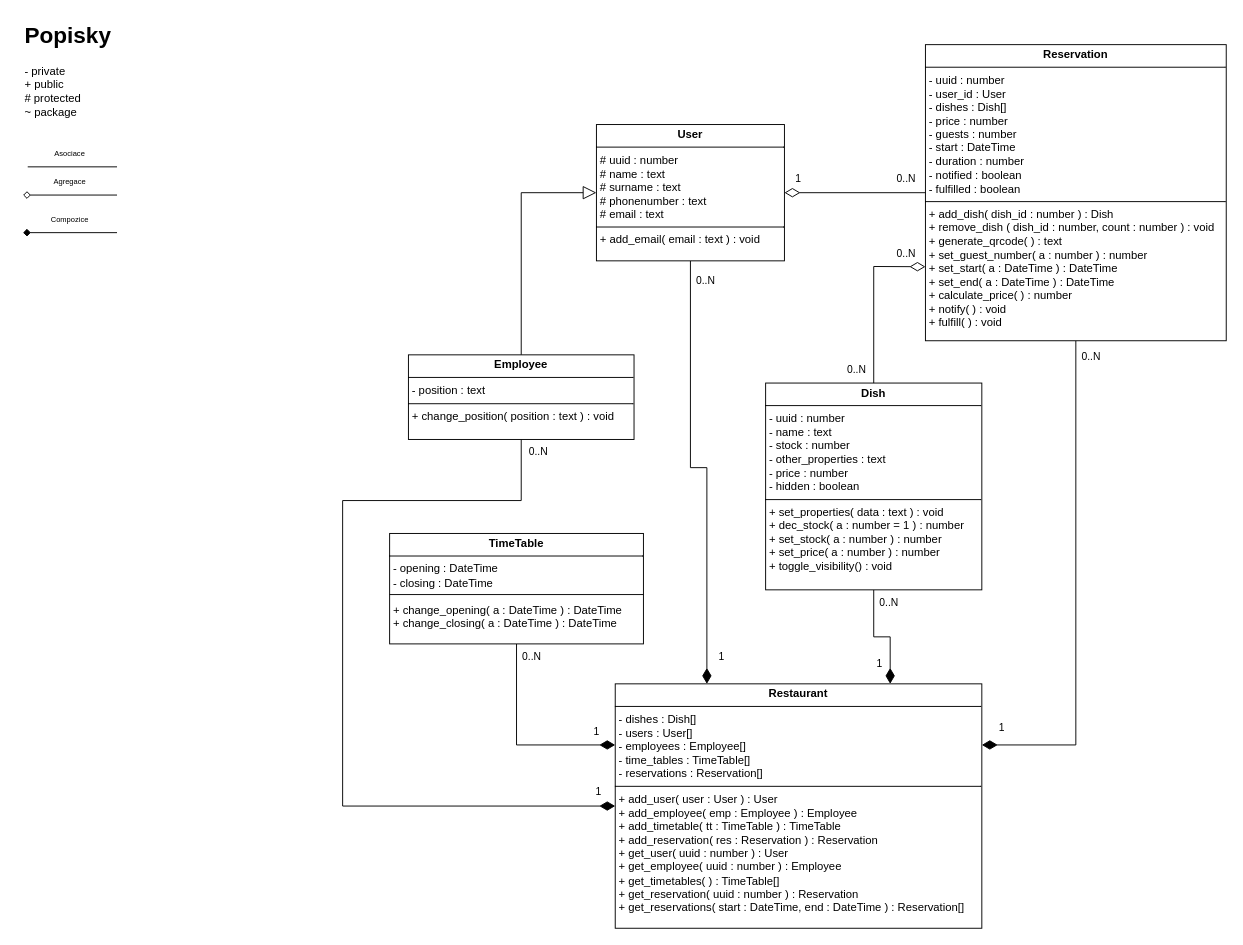
Above: page "Třídové diagramy" (2 of 2) of Diagram.drawio in LPbigFish/SWI-Projekt (draw.io), before the change. Source tidied: cells renumbered, new cells numbered last; positions are measured from the earlier drawing's top-left corner, leaving out a move shared by most shapes. Both pictures are drawn from the tidied source at 94%, with x=0, y=0 at pixel (23, 16).
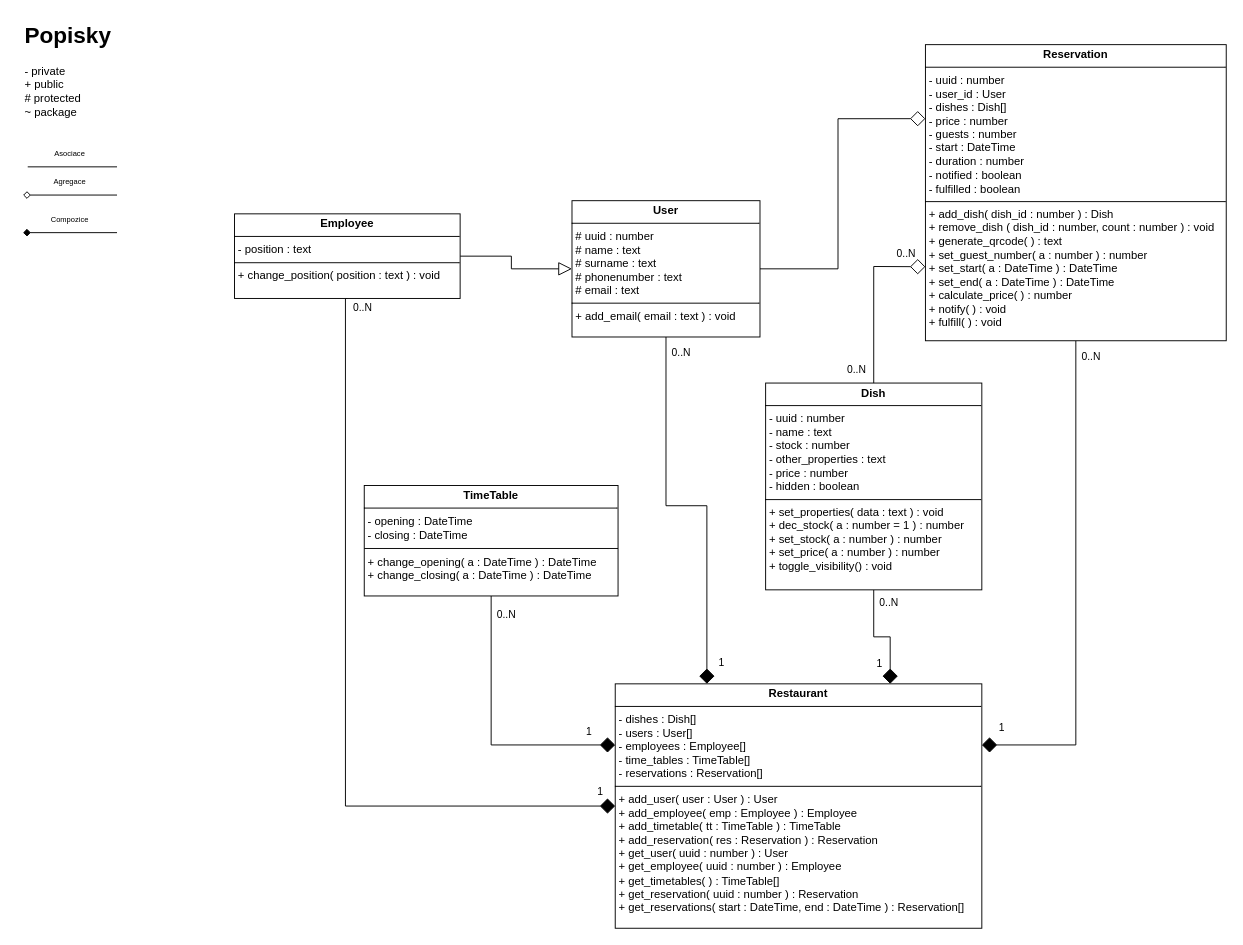
The same page after the edit.

Unchanged cells that the change refers to:
```xml
<mxCell id="18" value="&lt;p style=&quot;margin:0px;margin-top:4px;text-align:center;&quot;&gt;&lt;b&gt;Dish&lt;/b&gt;&lt;/p&gt;&lt;hr size=&quot;1&quot; style=&quot;border-style:solid;&quot;&gt;&lt;p style=&quot;margin:0px;margin-left:4px;&quot;&gt;- uuid : number&lt;/p&gt;&lt;p style=&quot;margin:0px;margin-left:4px;&quot;&gt;- name : text&lt;/p&gt;&lt;p style=&quot;margin:0px;margin-left:4px;&quot;&gt;- stock : number&lt;/p&gt;&lt;p style=&quot;margin:0px;margin-left:4px;&quot;&gt;- other_properties : text&lt;/p&gt;&lt;p style=&quot;margin:0px;margin-left:4px;&quot;&gt;- price : number&lt;/p&gt;&lt;p style=&quot;margin:0px;margin-left:4px;&quot;&gt;- hidden : boolean&lt;/p&gt;&lt;hr size=&quot;1&quot; style=&quot;border-style:solid;&quot;&gt;&lt;p style=&quot;margin:0px;margin-left:4px;&quot;&gt;+ set_properties( data : text ) : void&lt;/p&gt;&lt;p style=&quot;margin:0px;margin-left:4px;&quot;&gt;+ dec_stock( a : number = 1 ) : number&lt;/p&gt;&lt;p style=&quot;margin:0px;margin-left:4px;&quot;&gt;+ set_stock( a : number ) : number&lt;/p&gt;&lt;p style=&quot;margin:0px;margin-left:4px;&quot;&gt;+ set_price( a : number ) : number&lt;/p&gt;&lt;p style=&quot;margin:0px;margin-left:4px;&quot;&gt;+ toggle_visibility() : void&lt;/p&gt;" style="verticalAlign=top;align=left;overflow=fill;html=1;whiteSpace=wrap;" parent="1" vertex="1">
  <mxGeometry x="790" y="390" width="230" height="220" as="geometry" />
</mxCell>
<mxCell id="22" value="&lt;p style=&quot;margin:0px;margin-top:4px;text-align:center;&quot;&gt;&lt;b&gt;Reservation&lt;/b&gt;&lt;/p&gt;&lt;hr size=&quot;1&quot; style=&quot;border-style:solid;&quot;&gt;&lt;p style=&quot;margin:0px;margin-left:4px;&quot;&gt;- uuid : number&lt;/p&gt;&lt;p style=&quot;margin:0px;margin-left:4px;&quot;&gt;- user_id : User&lt;/p&gt;&lt;p style=&quot;margin:0px;margin-left:4px;&quot;&gt;- dishes : Dish[]&lt;/p&gt;&lt;p style=&quot;margin:0px;margin-left:4px;&quot;&gt;- price : number&lt;/p&gt;&lt;p style=&quot;margin:0px;margin-left:4px;&quot;&gt;- guests : number&lt;/p&gt;&lt;p style=&quot;margin:0px;margin-left:4px;&quot;&gt;- start : DateTime&lt;/p&gt;&lt;p style=&quot;margin:0px;margin-left:4px;&quot;&gt;- duration : number&lt;/p&gt;&lt;p style=&quot;margin:0px;margin-left:4px;&quot;&gt;- notified : boolean&lt;/p&gt;&lt;p style=&quot;margin:0px;margin-left:4px;&quot;&gt;- fulfilled : boolean&lt;/p&gt;&lt;hr size=&quot;1&quot; style=&quot;border-style:solid;&quot;&gt;&lt;p style=&quot;margin:0px;margin-left:4px;&quot;&gt;+ add_dish( dish_id : number ) : Dish&lt;/p&gt;&lt;p style=&quot;margin:0px;margin-left:4px;&quot;&gt;+ remove_dish ( dish_id : number, count : number ) : void&lt;/p&gt;&lt;p style=&quot;margin:0px;margin-left:4px;&quot;&gt;+ generate_qrcode( ) : text&lt;/p&gt;&lt;p style=&quot;margin:0px;margin-left:4px;&quot;&gt;+ set_guest_number( a : number ) : number&lt;/p&gt;&lt;p style=&quot;margin:0px;margin-left:4px;&quot;&gt;+ set_start( a : DateTime ) : DateTime&lt;/p&gt;&lt;p style=&quot;margin:0px;margin-left:4px;&quot;&gt;+ set_end( a : DateTime ) : DateTime&lt;/p&gt;&lt;p style=&quot;margin:0px;margin-left:4px;&quot;&gt;+ calculate_price( ) : number&lt;/p&gt;&lt;p style=&quot;margin:0px;margin-left:4px;&quot;&gt;+ notify( ) : void&lt;/p&gt;&lt;p style=&quot;margin:0px;margin-left:4px;&quot;&gt;+ fulfill( ) : void&lt;/p&gt;" style="verticalAlign=top;align=left;overflow=fill;html=1;whiteSpace=wrap;" parent="1" vertex="1">
  <mxGeometry x="960" y="30" width="320" height="315" as="geometry" />
</mxCell>
<mxCell id="33" value="&lt;p style=&quot;margin:0px;margin-top:4px;text-align:center;&quot;&gt;&lt;b&gt;Restaurant&lt;/b&gt;&lt;/p&gt;&lt;hr size=&quot;1&quot; style=&quot;border-style:solid;&quot;&gt;&lt;p style=&quot;margin:0px;margin-left:4px;&quot;&gt;- dishes : Dish[]&lt;/p&gt;&lt;p style=&quot;margin:0px;margin-left:4px;&quot;&gt;- users : User[]&lt;/p&gt;&lt;p style=&quot;margin:0px;margin-left:4px;&quot;&gt;- employees : Employee[]&lt;/p&gt;&lt;p style=&quot;margin:0px;margin-left:4px;&quot;&gt;- time_tables : TimeTable[]&lt;/p&gt;&lt;p style=&quot;margin:0px;margin-left:4px;&quot;&gt;- reservations : Reservation[]&lt;/p&gt;&lt;hr size=&quot;1&quot; style=&quot;border-style:solid;&quot;&gt;&lt;p style=&quot;margin:0px;margin-left:4px;&quot;&gt;+ add_user( user : User ) : User&lt;/p&gt;&lt;p style=&quot;margin:0px;margin-left:4px;&quot;&gt;+ add_employee( emp : Employee ) : Employee&lt;/p&gt;&lt;p style=&quot;margin:0px;margin-left:4px;&quot;&gt;+ add_timetable( tt : TimeTable ) : TimeTable&lt;/p&gt;&lt;p style=&quot;margin:0px;margin-left:4px;&quot;&gt;+ add_reservation( res : Reservation ) : Reservation&lt;/p&gt;&lt;p style=&quot;margin:0px;margin-left:4px;&quot;&gt;+ get_user( uuid : number ) : User&lt;/p&gt;&lt;p style=&quot;margin:0px;margin-left:4px;&quot;&gt;+ get_employee( uuid : number ) : Employee&lt;/p&gt;&lt;p style=&quot;margin:0px;margin-left:4px;&quot;&gt;+ get_timetables( ) : TimeTable[]&lt;/p&gt;&lt;p style=&quot;margin:0px;margin-left:4px;&quot;&gt;+ get_reservation( uuid : number ) : Reservation&lt;/p&gt;&lt;p style=&quot;margin:0px;margin-left:4px;&quot;&gt;+ get_reservations( start : DateTime, end : DateTime ) : Reservation[]&lt;/p&gt;" style="verticalAlign=top;align=left;overflow=fill;html=1;whiteSpace=wrap;" parent="1" vertex="1">
  <mxGeometry x="630" y="710" width="390" height="260" as="geometry" />
</mxCell>
```

What changed in the source:
```diff
@@
-    <mxCell id="9" style="edgeStyle=orthogonalEdgeStyle;rounded=0;jettySize=auto;html=1;exitX=0.5;exitY=0;exitDx=0;exitDy=0;entryX=0;entryY=0.5;entryDx=0;entryDy=0;endArrow=block;endFill=0;endSize=12;" parent="1" edge="1" source="13" target="26">
+    <mxCell id="9" style="edgeStyle=orthogonalEdgeStyle;rounded=0;jettySize=auto;html=1;exitX=1;exitY=0.5;exitDx=0;exitDy=0;entryX=0;entryY=0.5;entryDx=0;entryDy=0;endArrow=block;endFill=0;endSize=12;" parent="1" edge="1" source="13" target="26">
       <mxGeometry relative="1" as="geometry" />
     </mxCell>
-    <mxCell id="10" style="edgeStyle=orthogonalEdgeStyle;rounded=0;jettySize=auto;html=1;entryX=0;entryY=0.5;entryDx=0;entryDy=0;exitX=0.5;exitY=1;exitDx=0;exitDy=0;endSize=14;endArrow=diamondThin;endFill=1;" parent="1" edge="1" source="13" target="33">
+    <mxCell id="10" style="edgeStyle=orthogonalEdgeStyle;rounded=0;jettySize=auto;html=1;entryX=0;entryY=0.5;entryDx=0;entryDy=0;exitX=0.5;exitY=1;exitDx=0;exitDy=0;endSize=14;endArrow=diamond;endFill=1;" parent="1" edge="1" source="13" target="33">
       <mxGeometry relative="1" as="geometry">
         <Array as="points">
-          <mxPoint x="530" y="515" />
-          <mxPoint x="340" y="515" />
-          <mxPoint x="340" y="840" />
+          <mxPoint x="343" y="300" />
+          <mxPoint x="343" y="840" />
         </Array>
       </mxGeometry>
     </mxCell>
@@
     <mxCell id="13" value="&lt;p style=&quot;margin:0px;margin-top:4px;text-align:center;&quot;&gt;&lt;b&gt;Employee&lt;/b&gt;&lt;/p&gt;&lt;hr size=&quot;1&quot; style=&quot;border-style:solid;&quot;&gt;&lt;p style=&quot;margin:0px;margin-left:4px;&quot;&gt;- position : text&lt;/p&gt;&lt;hr size=&quot;1&quot; style=&quot;border-style:solid;&quot;&gt;&lt;p style=&quot;margin:0px;margin-left:4px;&quot;&gt;+ change_position( position : text ) : void&lt;/p&gt;" style="verticalAlign=top;align=left;overflow=fill;html=1;whiteSpace=wrap;" parent="1" vertex="1">
-      <mxGeometry x="410" y="360" width="240" height="90" as="geometry" />
+      <mxGeometry x="225" y="210" width="240" height="90" as="geometry" />
     </mxCell>
-    <mxCell id="14" style="edgeStyle=orthogonalEdgeStyle;rounded=0;jettySize=auto;html=1;exitX=0.5;exitY=1;exitDx=0;exitDy=0;entryX=0.75;entryY=0;entryDx=0;entryDy=0;endSize=14;endArrow=diamondThin;endFill=1;" parent="1" edge="1" source="18" target="33">
+    <mxCell id="14" style="edgeStyle=orthogonalEdgeStyle;rounded=0;jettySize=auto;html=1;exitX=0.5;exitY=1;exitDx=0;exitDy=0;entryX=0.75;entryY=0;entryDx=0;entryDy=0;endSize=14;endArrow=diamond;endFill=1;" parent="1" edge="1" source="18" target="33">
       <mxGeometry relative="1" as="geometry">
         <Array as="points">
           <mxPoint x="905" y="660" />
           <mxPoint x="923" y="660" />
         </Array>
       </mxGeometry>
     </mxCell>
@@
-    <mxCell id="19" style="edgeStyle=orthogonalEdgeStyle;rounded=0;jettySize=auto;html=1;exitX=0.5;exitY=1;exitDx=0;exitDy=0;entryX=1;entryY=0.25;entryDx=0;entryDy=0;endSize=14;endArrow=diamondThin;endFill=1;" parent="1" edge="1" source="22" target="33">
+    <mxCell id="19" style="edgeStyle=orthogonalEdgeStyle;rounded=0;jettySize=auto;html=1;exitX=0.5;exitY=1;exitDx=0;exitDy=0;entryX=1;entryY=0.25;entryDx=0;entryDy=0;endSize=14;endArrow=diamond;endFill=1;" parent="1" edge="1" source="22" target="33">
       <mxGeometry relative="1" as="geometry" />
     </mxCell>
@@
-    <mxCell id="23" style="edgeStyle=orthogonalEdgeStyle;rounded=0;jettySize=auto;html=1;exitX=0.5;exitY=1;exitDx=0;exitDy=0;entryX=0.25;entryY=0;entryDx=0;entryDy=0;strokeWidth=1;endSize=14;endArrow=diamondThin;endFill=1;" parent="1" edge="1" source="26" target="33">
+    <mxCell id="23" style="edgeStyle=orthogonalEdgeStyle;rounded=0;jettySize=auto;html=1;exitX=0.5;exitY=1;exitDx=0;exitDy=0;entryX=0.25;entryY=0;entryDx=0;entryDy=0;strokeWidth=1;endSize=14;endArrow=diamond;endFill=1;" parent="1" edge="1" source="26" target="33">
       <mxGeometry relative="1" as="geometry" />
     </mxCell>
@@
+    <mxCell id="39" style="edgeStyle=orthogonalEdgeStyle;rounded=0;jettySize=auto;html=1;entryX=0;entryY=0.25;entryDx=0;entryDy=0;endArrow=diamond;endFill=0;endSize=14;" parent="1" edge="1" source="26" target="22">
+      <mxGeometry relative="1" as="geometry" />
+    </mxCell>
     <mxCell id="26" value="&lt;p style=&quot;margin:0px;margin-top:4px;text-align:center;&quot;&gt;&lt;b&gt;User&lt;/b&gt;&lt;/p&gt;&lt;hr size=&quot;1&quot; style=&quot;border-style:solid;&quot;&gt;&lt;p style=&quot;margin:0px;margin-left:4px;&quot;&gt;# uuid : number&lt;/p&gt;&lt;p style=&quot;margin:0px;margin-left:4px;&quot;&gt;# name : text&lt;/p&gt;&lt;p style=&quot;margin:0px;margin-left:4px;&quot;&gt;# surname : text&lt;/p&gt;&lt;p style=&quot;margin:0px;margin-left:4px;&quot;&gt;# phonenumber : text&lt;/p&gt;&lt;p style=&quot;margin:0px;margin-left:4px;&quot;&gt;# email : text&lt;/p&gt;&lt;hr size=&quot;1&quot; style=&quot;border-style:solid;&quot;&gt;&lt;p style=&quot;margin:0px;margin-left:4px;&quot;&gt;+ add_email( email : text ) : void&lt;/p&gt;" style="verticalAlign=top;align=left;overflow=fill;html=1;whiteSpace=wrap;" parent="1" vertex="1">
-      <mxGeometry x="610" y="115" width="200" height="145" as="geometry" />
+      <mxGeometry x="584" y="196" width="200" height="145" as="geometry" />
     </mxCell>
-    <mxCell id="27" style="endArrow=diamondThin;html=1;rounded=0;entryX=0;entryY=0.75;entryDx=0;entryDy=0;endFill=0;endSize=14;exitX=0.5;exitY=0;exitDx=0;exitDy=0;" parent="1" edge="1" source="18" target="22">
+    <mxCell id="27" style="endArrow=diamond;html=1;rounded=0;entryX=0;entryY=0.75;entryDx=0;entryDy=0;endFill=0;endSize=14;exitX=0.5;exitY=0;exitDx=0;exitDy=0;" parent="1" edge="1" source="18" target="22">
       <mxGeometry relative="1" as="geometry">
         <Array as="points">
           <mxPoint x="905" y="266" />
         </Array>
       </mxGeometry>
     </mxCell>
@@
-    <mxCell id="30" style="endArrow=diamondThin;html=1;rounded=0;endFill=0;endSize=14;entryX=1;entryY=0.5;entryDx=0;entryDy=0;exitX=0;exitY=0.5;exitDx=0;exitDy=0;" parent="1" edge="1" source="22" target="26">
-      <mxGeometry relative="1" as="geometry" />
-    </mxCell>
-    <mxCell id="31" value="1" style="edgeLabel;html=1;align=left;verticalAlign=bottom;" parent="30" vertex="1">
-      <mxGeometry x="-1" relative="1" as="geometry">
-        <mxPoint x="-140" y="-7" as="offset" />
-      </mxGeometry>
-    </mxCell>
-    <mxCell id="32" value="0..N" style="edgeLabel;html=1;align=right;verticalAlign=bottom;" parent="30" vertex="1">
-      <mxGeometry x="1" relative="1" as="geometry">
-        <mxPoint x="140" y="-7" as="offset" />
-      </mxGeometry>
-    </mxCell>
@@
-    <mxCell id="34" style="edgeStyle=orthogonalEdgeStyle;rounded=0;jettySize=auto;html=1;entryX=0;entryY=0.25;entryDx=0;entryDy=0;endArrow=diamondThin;endFill=1;endSize=14;exitX=0.5;exitY=1;exitDx=0;exitDy=0;" parent="1" edge="1" source="37" target="33">
+    <mxCell id="34" style="edgeStyle=orthogonalEdgeStyle;rounded=0;jettySize=auto;html=1;entryX=0;entryY=0.25;entryDx=0;entryDy=0;endArrow=diamond;endFill=1;endSize=14;exitX=0.5;exitY=1;exitDx=0;exitDy=0;" parent="1" edge="1" source="37" target="33">
       <mxGeometry relative="1" as="geometry" />
     </mxCell>
@@
     <mxCell id="37" value="&lt;p style=&quot;margin:0px;margin-top:4px;text-align:center;&quot;&gt;&lt;b&gt;TimeTable&lt;/b&gt;&lt;/p&gt;&lt;hr size=&quot;1&quot; style=&quot;border-style:solid;&quot;&gt;&lt;p style=&quot;margin:0px;margin-left:4px;&quot;&gt;- opening : DateTime&lt;/p&gt;&lt;p style=&quot;margin:0px;margin-left:4px;&quot;&gt;- closing : DateTime&lt;/p&gt;&lt;p style=&quot;margin:0px;margin-left:4px;&quot;&gt;&lt;br&gt;&lt;/p&gt;&lt;p style=&quot;margin:0px;margin-left:4px;&quot;&gt;+ change_opening( a : DateTime ) : DateTime&lt;/p&gt;&lt;p style=&quot;margin:0px;margin-left:4px;&quot;&gt;+ change_closing( a : DateTime ) : DateTime&lt;/p&gt;" style="verticalAlign=top;align=left;overflow=fill;html=1;whiteSpace=wrap;" parent="1" vertex="1">
-      <mxGeometry x="390" y="550" width="270" height="117.5" as="geometry" />
+      <mxGeometry x="363" y="499" width="270" height="117.5" as="geometry" />
     </mxCell>
     <mxCell id="38" style="line;strokeWidth=1;html=1;" parent="1" vertex="1">
-      <mxGeometry x="390" y="610" width="270" height="10" as="geometry" />
+      <mxGeometry x="363" y="561" width="270" height="10" as="geometry" />
     </mxCell>
```
